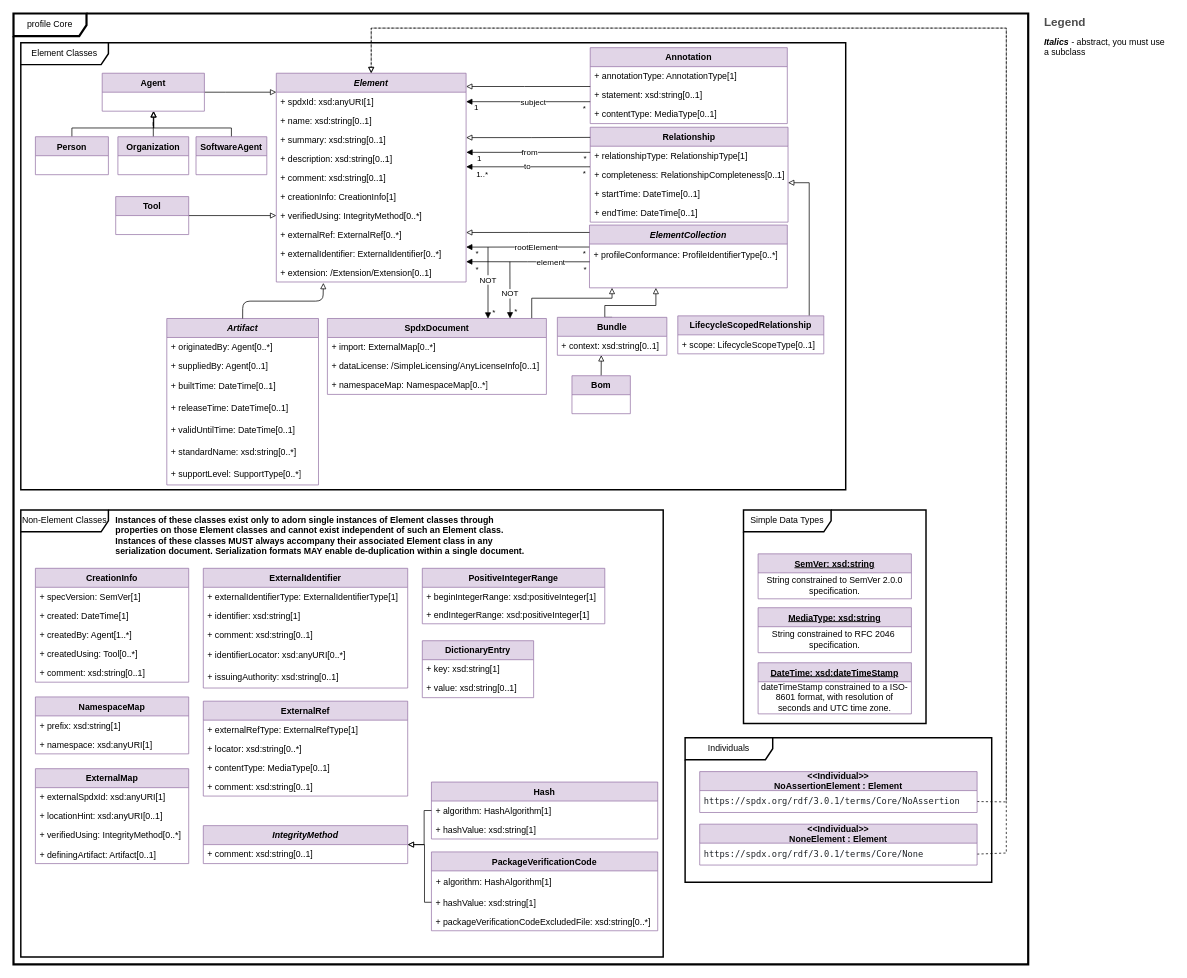
Above: page "Core" (1 of 11) of model.drawio in spdx/spdx-3-model (draw.io), before the change. Source tidied: cells renumbered, new cells numbered last; positions are measured from the earlier drawing's top-left corner, leaving out a move shared by most shapes. Both pictures are drawn from the tidied source at 73%, with x=0, y=0 at pixel (13, 13).
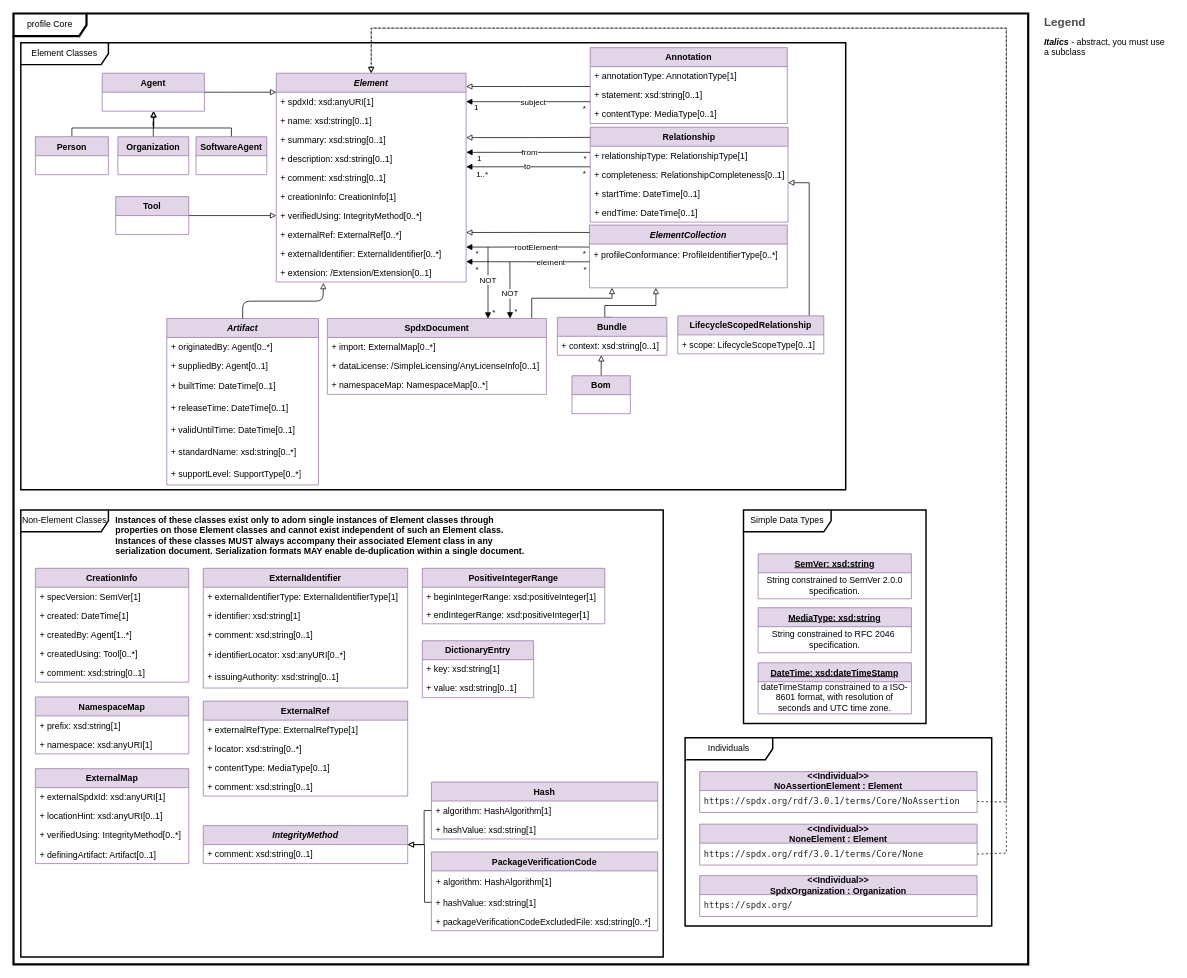
The same diagram, later.

Commit message (it also covers changes not shown here):
Add SpdxOrganization individual

Change to the diagram source:
```diff
@@
     <mxCell id="143" value="Individuals" style="shape=umlFrame;whiteSpace=wrap;html=1;width=120;height=30;strokeWidth=2;" parent="1" vertex="1">
-      <mxGeometry x="920" y="992.2" width="420" height="197.8" as="geometry" />
+      <mxGeometry x="920" y="992.2" width="420" height="257.8" as="geometry" />
     </mxCell>
@@
+    <mxCell id="150" value="&lt;&lt;Individual&gt;&gt;&#10;SpdxOrganization : Organization" style="swimlane;fontStyle=1;horizontal=1;startSize=26;fillColor=#e1d5e7;strokeColor=#9673a6;" parent="1" vertex="1">
+      <mxGeometry x="940" y="1181" width="380" height="56" as="geometry" />
+    </mxCell>
+    <mxCell id="151" value="&lt;span style=&quot;color: rgb(31, 35, 40); font-family: ui-monospace, SFMono-Regular, &amp;quot;SF Mono&amp;quot;, Menlo, Consolas, &amp;quot;Liberation Mono&amp;quot;, monospace; font-size: 11.9px; white-space-collapse: break-spaces; background-color: rgb(255, 255, 255);&quot;&gt;https://spdx.org/&lt;/span&gt;" style="text;strokeColor=none;fillColor=none;align=left;verticalAlign=middle;spacingLeft=4;spacingRight=4;overflow=hidden;whiteSpace=wrap;html=1;" parent="150" vertex="1">
+      <mxGeometry y="26" width="380" height="30" as="geometry" />
+    </mxCell>
```
